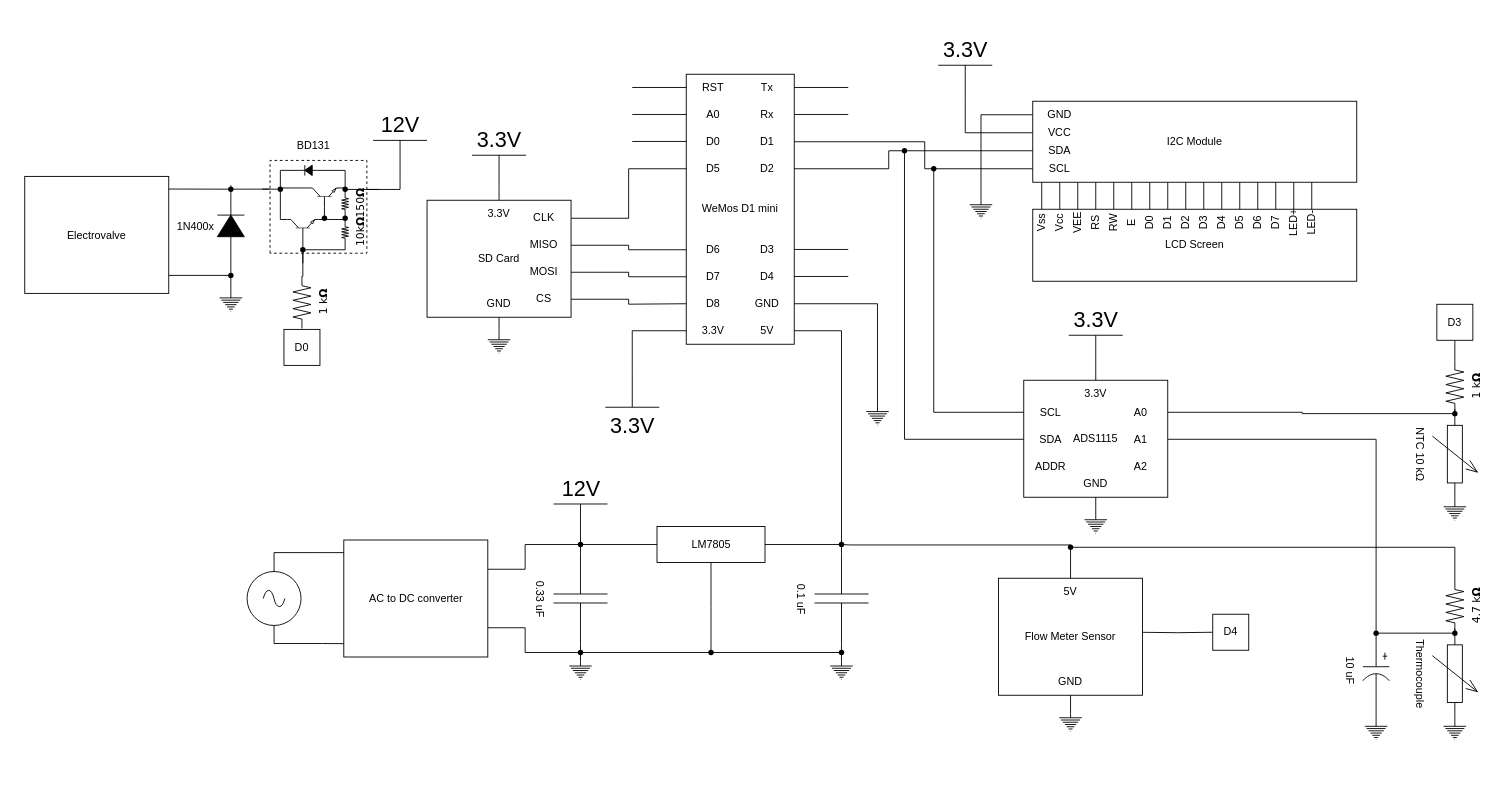
Earlier version of the draw.io diagram page "Total-Porject" (14 of 14) of Diagrams/Smart-Water-Meter.drawio (PavlosTzitzos/smart-water-meter). Source tidied: cells renumbered, new cells numbered last; positions are measured from the earlier drawing's top-left corner, leaving out a move shared by most shapes. Both pictures are drawn from the tidied source at 90%, with x=0, y=0 at pixel (24, 65).
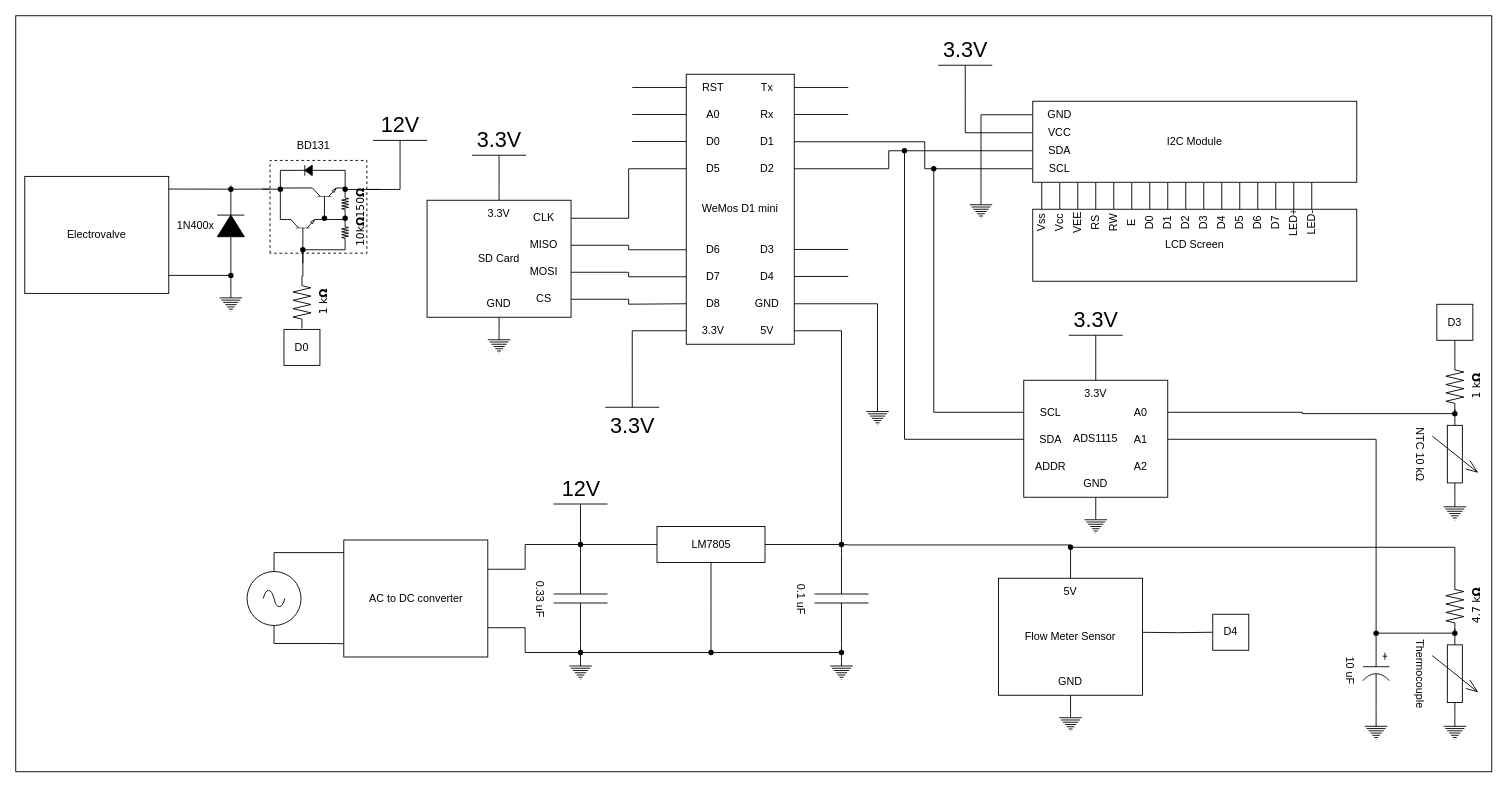
Above is the later version.

Diff of the diagram source:
```diff
@@
+    <mxCell id="207" style="rounded=0;whiteSpace=wrap;html=1;fillColor=none;" parent="1" vertex="1">
+      <mxGeometry x="-10" y="-55" width="1640" height="840" as="geometry" />
+    </mxCell>
```
